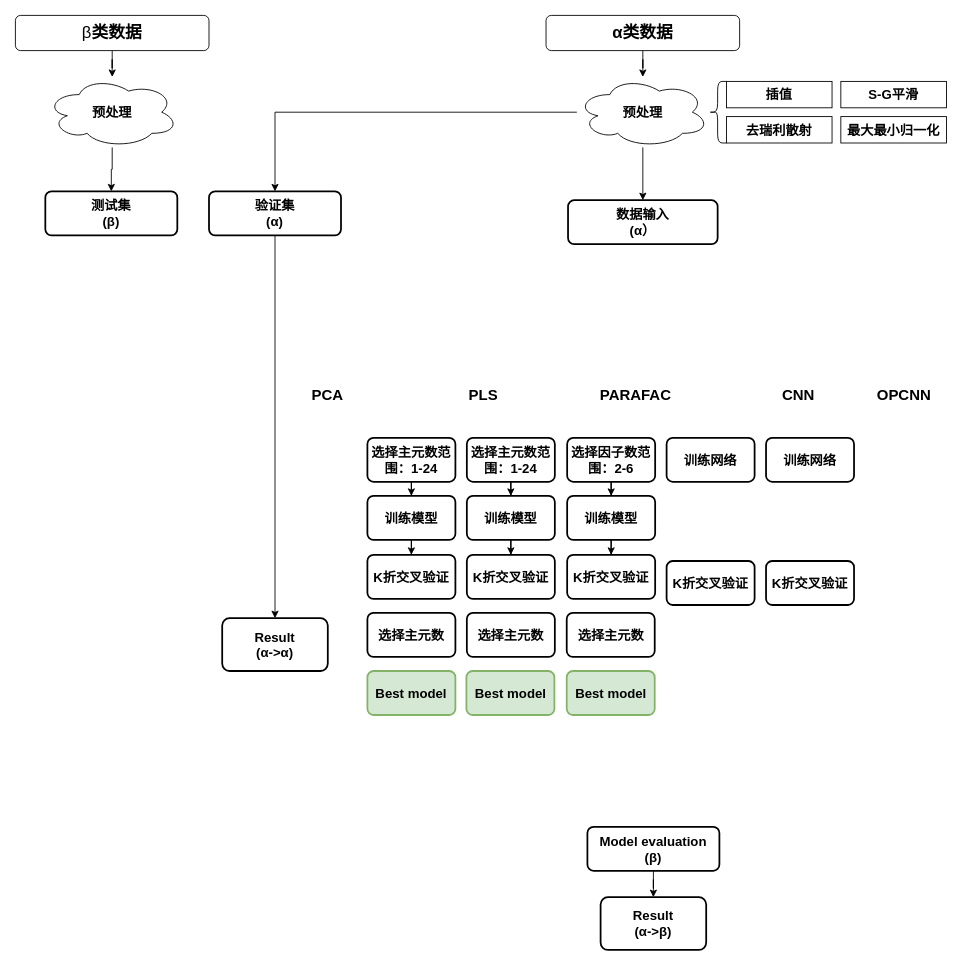
Above: big_paper/第三章.drawio in chbambooshoot/digram (draw.io), before the change. Source tidied: cells renumbered, new cells numbered last; positions are measured from the earlier drawing's top-left corner, leaving out a move shared by most shapes. Both pictures are drawn from the tidied source at 88%, with x=0, y=0 at pixel (15, 15).
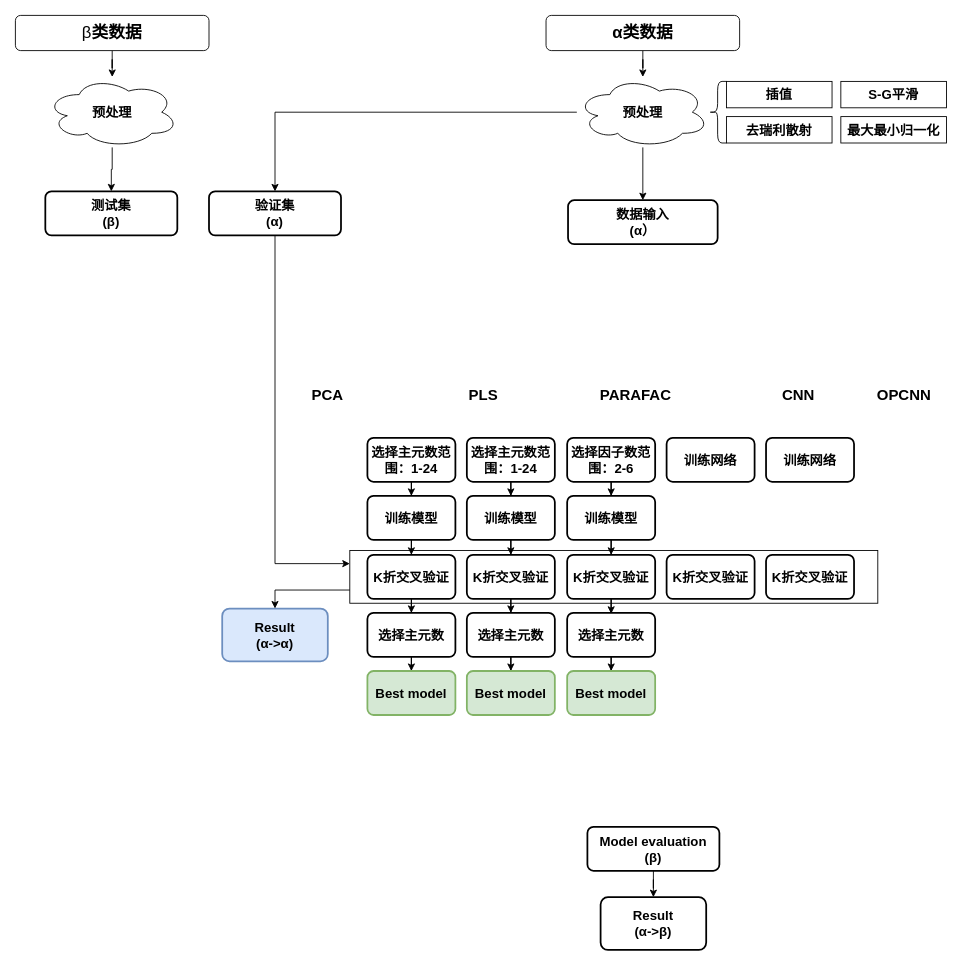
The same diagram, later.

Commit message (it also covers changes not shown here):
更新第三章.drawio

The change refers to these unchanged cells:
```xml
<mxCell id="25" value="验证集&lt;br style=&quot;font-size: 15px;&quot;&gt;(α)" style="rounded=1;whiteSpace=wrap;html=1;absoluteArcSize=1;arcSize=14;strokeWidth=2;fontSize=15;fontStyle=1;fontFamily=仿宋;" parent="1" vertex="1">
  <mxGeometry x="220" y="200" width="150" height="50" as="geometry" />
</mxCell>
<mxCell id="46" value="K折交叉验证" style="rounded=1;whiteSpace=wrap;html=1;absoluteArcSize=1;arcSize=14;strokeWidth=2;fontSize=15;fontStyle=1;fontFamily=仿宋;" parent="1" vertex="1">
  <mxGeometry x="400" y="613" width="100" height="50" as="geometry" />
</mxCell>
<mxCell id="47" value="K折交叉验证" style="rounded=1;whiteSpace=wrap;html=1;absoluteArcSize=1;arcSize=14;strokeWidth=2;fontSize=15;fontStyle=1;fontFamily=仿宋;" parent="1" vertex="1">
  <mxGeometry x="513" y="613" width="100" height="50" as="geometry" />
</mxCell>
<mxCell id="51" value="选择主元数" style="rounded=1;whiteSpace=wrap;html=1;absoluteArcSize=1;arcSize=14;strokeWidth=2;fontSize=15;fontStyle=1;fontFamily=仿宋;" parent="1" vertex="1">
  <mxGeometry x="400" y="679" width="100" height="50" as="geometry" />
</mxCell>
<mxCell id="52" value="选择主元数" style="rounded=1;whiteSpace=wrap;html=1;absoluteArcSize=1;arcSize=14;strokeWidth=2;fontSize=15;fontStyle=1;fontFamily=仿宋;" parent="1" vertex="1">
  <mxGeometry x="513" y="679" width="100" height="50" as="geometry" />
</mxCell>
```

What changed in the source:
```diff
@@
+    <mxCell id="54" style="rounded=0;whiteSpace=wrap;html=1;fillColor=none;" parent="1" vertex="1">
+      <mxGeometry x="380" y="608" width="600" height="60" as="geometry" />
+    </mxCell>
@@
-    <mxCell id="19" value="Best model" style="rounded=1;whiteSpace=wrap;html=1;absoluteArcSize=1;arcSize=14;strokeWidth=2;fillColor=#d5e8d4;strokeColor=#82b366;fontSize=15;fontStyle=1;fontFamily=仿宋;" parent="1" vertex="1">
-      <mxGeometry x="512.5" y="745" width="100" height="50" as="geometry" />
-    </mxCell>
-    <mxCell id="20" value="Best model" style="rounded=1;whiteSpace=wrap;html=1;absoluteArcSize=1;arcSize=14;strokeWidth=2;fillColor=#d5e8d4;strokeColor=#82b366;fontSize=15;fontStyle=1;fontFamily=仿宋;" parent="1" vertex="1">
-      <mxGeometry x="626.5" y="745" width="100" height="50" as="geometry" />
-    </mxCell>
-    <mxCell id="21" value="Best model" style="rounded=1;whiteSpace=wrap;html=1;absoluteArcSize=1;arcSize=14;strokeWidth=2;fillColor=#d5e8d4;strokeColor=#82b366;fontSize=15;fontStyle=1;fontFamily=仿宋;" parent="1" vertex="1">
-      <mxGeometry x="400" y="745" width="100" height="50" as="geometry" />
-    </mxCell>
@@
-    <mxCell id="24" style="edgeStyle=orthogonalEdgeStyle;rounded=0;jettySize=auto;html=1;entryX=0.5;entryY=0;entryDx=0;entryDy=0;" parent="1" edge="1" source="25" target="26">
+    <mxCell id="24" style="edgeStyle=orthogonalEdgeStyle;rounded=0;jettySize=auto;html=1;entryX=0;entryY=0.25;entryDx=0;entryDy=0;exitX=0.5;exitY=1;exitDx=0;exitDy=0;" parent="1" edge="1" source="25" target="54">
       <mxGeometry relative="1" as="geometry" />
     </mxCell>
@@
-    <mxCell id="26" value="Result&lt;br style=&quot;font-size: 15px;&quot;&gt;(α-&amp;gt;α)" style="whiteSpace=wrap;html=1;rounded=1;arcSize=14;strokeWidth=2;fontSize=15;fontStyle=1;fontFamily=仿宋;" parent="1" vertex="1">
-      <mxGeometry x="235" y="685" width="120" height="60" as="geometry" />
+    <mxCell id="26" value="Result&lt;br style=&quot;font-size: 15px;&quot;&gt;(α-&amp;gt;α)" style="whiteSpace=wrap;html=1;rounded=1;arcSize=14;strokeWidth=2;fontSize=15;fontStyle=1;fontFamily=仿宋;fillColor=#dae8fc;strokeColor=#6c8ebf;" parent="1" vertex="1">
+      <mxGeometry x="235" y="674" width="120" height="60" as="geometry" />
     </mxCell>
@@
+    <mxCell id="55" style="edgeStyle=orthogonalEdgeStyle;rounded=0;jettySize=auto;html=1;" parent="1" edge="1" source="46" target="51">
+      <mxGeometry relative="1" as="geometry" />
+    </mxCell>
@@
+    <mxCell id="56" style="edgeStyle=orthogonalEdgeStyle;rounded=0;jettySize=auto;html=1;entryX=0.5;entryY=0;entryDx=0;entryDy=0;" parent="1" edge="1" source="47" target="52">
+      <mxGeometry relative="1" as="geometry" />
+    </mxCell>
@@
-    <mxCell id="48" value="K折交叉验证" style="rounded=1;whiteSpace=wrap;html=1;absoluteArcSize=1;arcSize=14;strokeWidth=2;fontSize=15;fontStyle=1;fontFamily=仿宋;" parent="1" vertex="1">
-      <mxGeometry x="627" y="613" width="100" height="50" as="geometry" />
-    </mxCell>
     <mxCell id="49" value="K折交叉验证" style="rounded=1;whiteSpace=wrap;html=1;absoluteArcSize=1;arcSize=14;strokeWidth=2;fontSize=15;fontStyle=1;fontFamily=仿宋;" parent="1" vertex="1">
-      <mxGeometry x="740" y="620" width="100" height="50" as="geometry" />
+      <mxGeometry x="740" y="613" width="100" height="50" as="geometry" />
     </mxCell>
     <mxCell id="50" value="K折交叉验证" style="rounded=1;whiteSpace=wrap;html=1;absoluteArcSize=1;arcSize=14;strokeWidth=2;fontSize=15;fontStyle=1;fontFamily=仿宋;" parent="1" vertex="1">
-      <mxGeometry x="853" y="620" width="100" height="50" as="geometry" />
+      <mxGeometry x="853" y="613" width="100" height="50" as="geometry" />
     </mxCell>
+    <mxCell id="57" style="edgeStyle=orthogonalEdgeStyle;rounded=0;jettySize=auto;html=1;entryX=0.5;entryY=0;entryDx=0;entryDy=0;" parent="1" edge="1" source="51" target="21">
+      <mxGeometry relative="1" as="geometry" />
+    </mxCell>
@@
+    <mxCell id="58" style="edgeStyle=orthogonalEdgeStyle;rounded=0;jettySize=auto;html=1;" parent="1" edge="1" source="52" target="19">
+      <mxGeometry relative="1" as="geometry" />
+    </mxCell>
@@
+    <mxCell id="59" style="edgeStyle=orthogonalEdgeStyle;rounded=0;jettySize=auto;html=1;" parent="1" edge="1" source="53" target="20">
+      <mxGeometry relative="1" as="geometry" />
+    </mxCell>
+    <mxCell id="60" style="edgeStyle=orthogonalEdgeStyle;rounded=0;jettySize=auto;html=1;exitX=0;exitY=0.75;exitDx=0;exitDy=0;entryX=0.5;entryY=0;entryDx=0;entryDy=0;" parent="1" edge="1" source="54" target="26">
+      <mxGeometry relative="1" as="geometry" />
+    </mxCell>
+    <mxCell id="19" value="Best model" style="rounded=1;whiteSpace=wrap;html=1;absoluteArcSize=1;arcSize=14;strokeWidth=2;fillColor=#d5e8d4;strokeColor=#82b366;fontSize=15;fontStyle=1;fontFamily=仿宋;" parent="1" vertex="1">
+      <mxGeometry x="513" y="745" width="100" height="50" as="geometry" />
+    </mxCell>
+    <mxCell id="20" value="Best model" style="rounded=1;whiteSpace=wrap;html=1;absoluteArcSize=1;arcSize=14;strokeWidth=2;fillColor=#d5e8d4;strokeColor=#82b366;fontSize=15;fontStyle=1;fontFamily=仿宋;" parent="1" vertex="1">
+      <mxGeometry x="627" y="745" width="100" height="50" as="geometry" />
+    </mxCell>
+    <mxCell id="21" value="Best model" style="rounded=1;whiteSpace=wrap;html=1;absoluteArcSize=1;arcSize=14;strokeWidth=2;fillColor=#d5e8d4;strokeColor=#82b366;fontSize=15;fontStyle=1;fontFamily=仿宋;" parent="1" vertex="1">
+      <mxGeometry x="400" y="745" width="100" height="50" as="geometry" />
+    </mxCell>
+    <mxCell id="61" style="edgeStyle=orthogonalEdgeStyle;rounded=0;jettySize=auto;html=1;entryX=0.5;entryY=0.02;entryDx=0;entryDy=0;entryPerimeter=0;" parent="1" edge="1" source="48" target="53">
+      <mxGeometry relative="1" as="geometry" />
+    </mxCell>
+    <mxCell id="48" value="K折交叉验证" style="rounded=1;whiteSpace=wrap;html=1;absoluteArcSize=1;arcSize=14;strokeWidth=2;fontSize=15;fontStyle=1;fontFamily=仿宋;" parent="1" vertex="1">
+      <mxGeometry x="627" y="613" width="100" height="50" as="geometry" />
+    </mxCell>
     <mxCell id="53" value="选择主元数" style="rounded=1;whiteSpace=wrap;html=1;absoluteArcSize=1;arcSize=14;strokeWidth=2;fontSize=15;fontStyle=1;fontFamily=仿宋;" parent="1" vertex="1">
-      <mxGeometry x="626.5" y="679" width="100" height="50" as="geometry" />
+      <mxGeometry x="627" y="679" width="100" height="50" as="geometry" />
     </mxCell>
```
